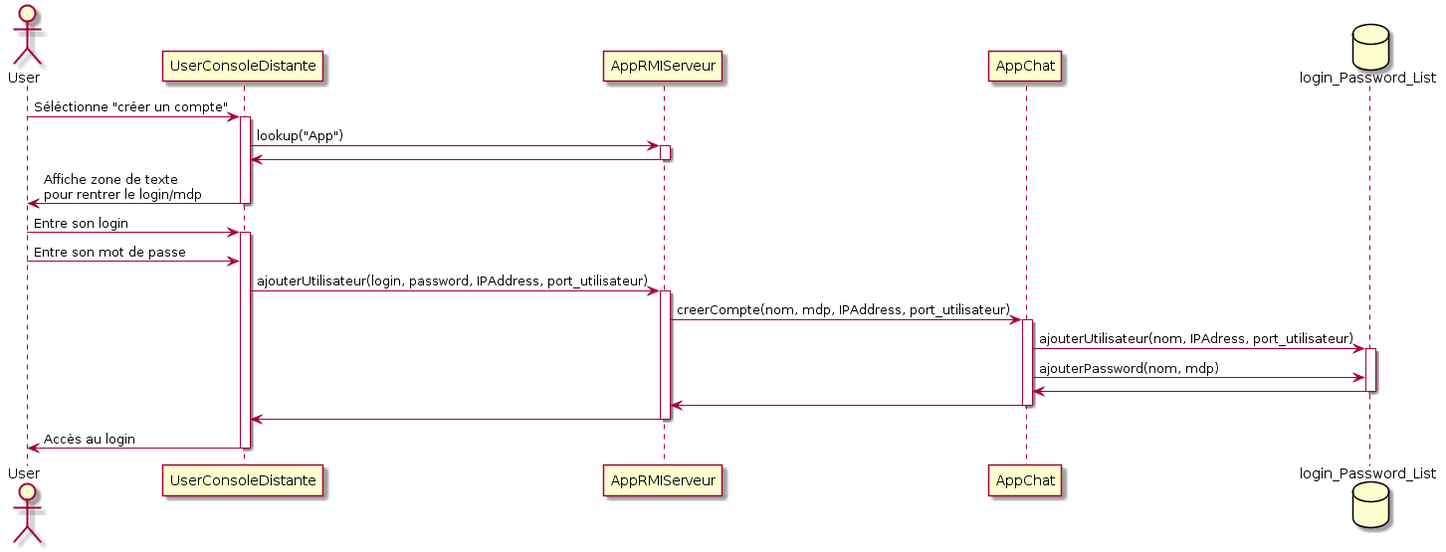
Before: UML/diagrammes de sequence/creationCompte.png, a diagram exported from PlantUML (XgLsuLzRMy/AppChat).
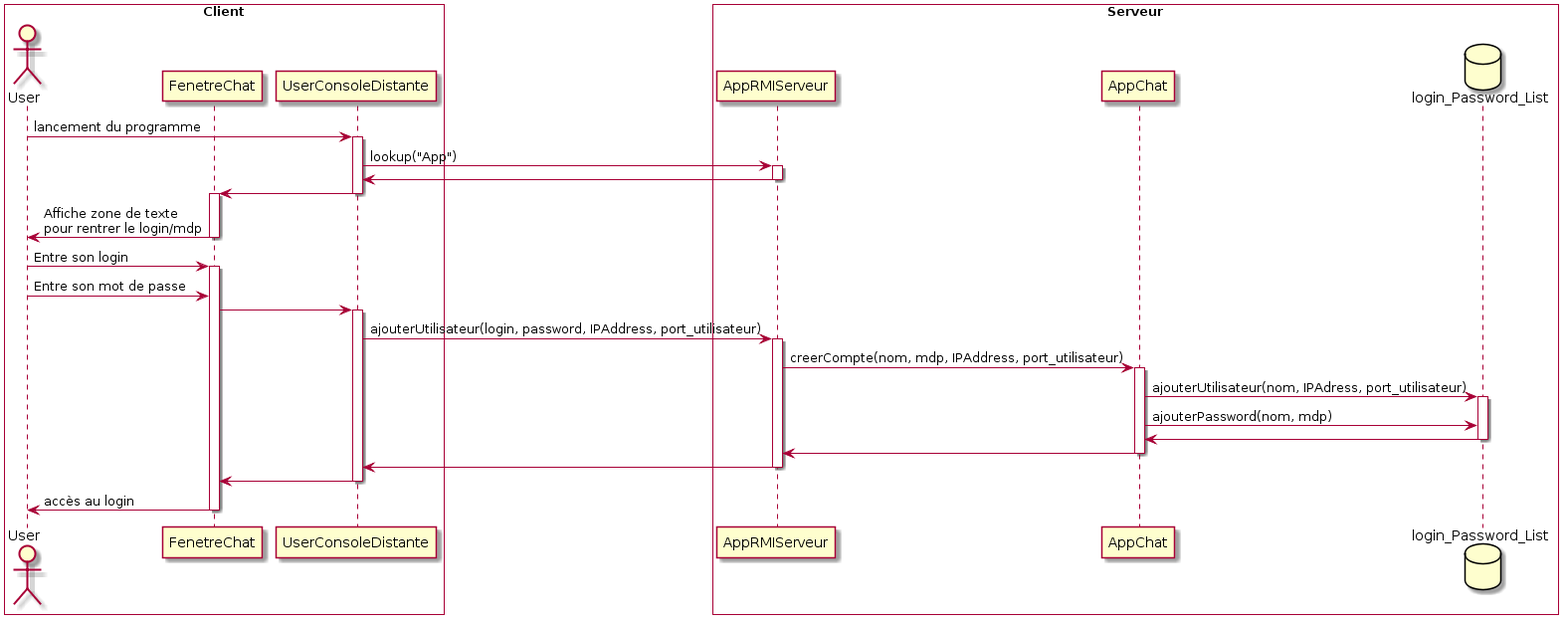
The same diagram one commit later.

Commit message:
update diagrammes de sequence

The edit, as a diff of the source:
```diff
@@ -1,11 +1,16 @@
 @startuml
-actor User
-participant UserConsoleDistante
-participant AppRMIServeur
-participant AppChat
-database login_Password_List
+box "Client" #white
+    actor User
+    participant FenetreChat
+    participant UserConsoleDistante
+end box
+box "Serveur" #white
+    participant AppRMIServeur
+    participant AppChat
+    database login_Password_List
+end box
 
-User -> UserConsoleDistante : Séléctionne "créer un compte"
+User -> UserConsoleDistante : lancement du programme
 activate UserConsoleDistante
 
 UserConsoleDistante -> AppRMIServeur : lookup("App")
@@ -13,12 +18,19 @@
 AppRMIServeur -> UserConsoleDistante
 deactivate AppRMIServeur
 
-UserConsoleDistante -> User : Affiche zone de texte\npour rentrer le login/mdp
+UserConsoleDistante -> FenetreChat
 deactivate UserConsoleDistante
+activate FenetreChat
 
-User -> UserConsoleDistante : Entre son login
+FenetreChat -> User : Affiche zone de texte\npour rentrer le login/mdp
+deactivate FenetreChat
+
+User -> FenetreChat: Entre son login
+activate FenetreChat
+User -> FenetreChat: Entre son mot de passe
+
+FenetreChat -> UserConsoleDistante
 activate UserConsoleDistante
-User -> UserConsoleDistante : Entre son mot de passe
 
 UserConsoleDistante -> AppRMIServeur : ajouterUtilisateur(login, password, IPAddress, port_utilisateur)
 activate AppRMIServeur
@@ -38,6 +50,9 @@
 AppRMIServeur -> UserConsoleDistante
 deactivate AppRMIServeur
 
-UserConsoleDistante -> User : Accès au login
+UserConsoleDistante -> FenetreChat
 deactivate UserConsoleDistante
+
+FenetreChat -> User : accès au login
+deactivate FenetreChat
 @enduml
```
